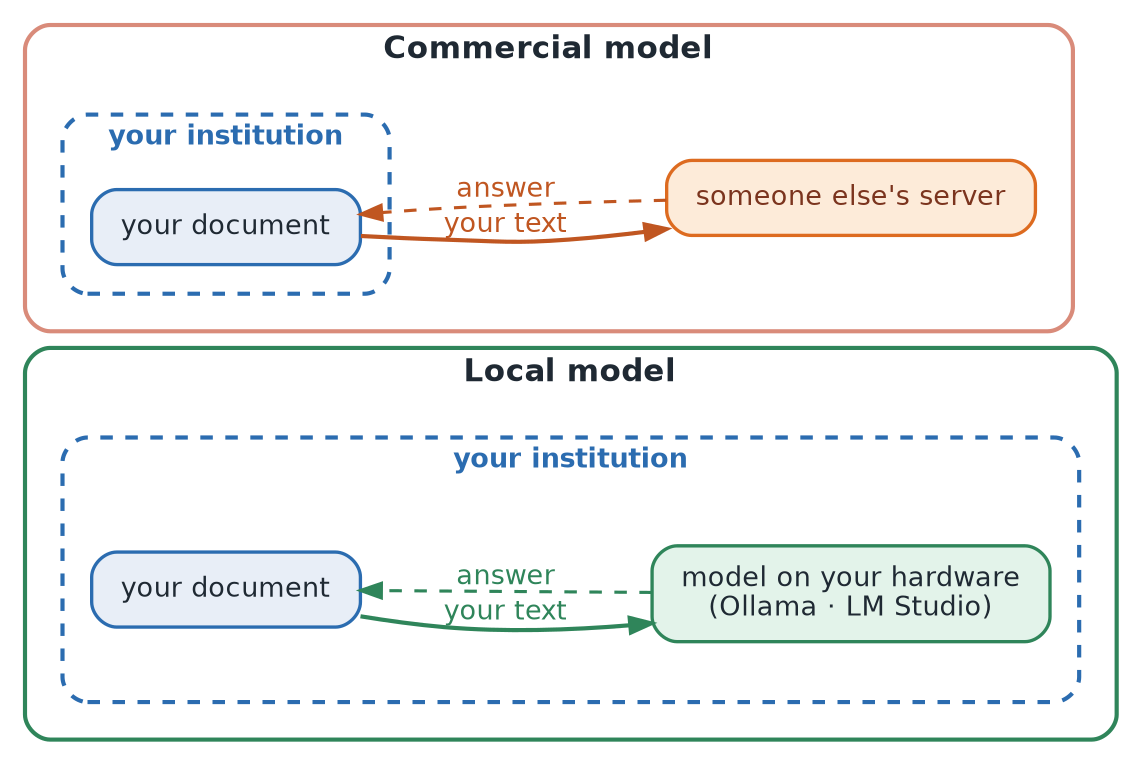
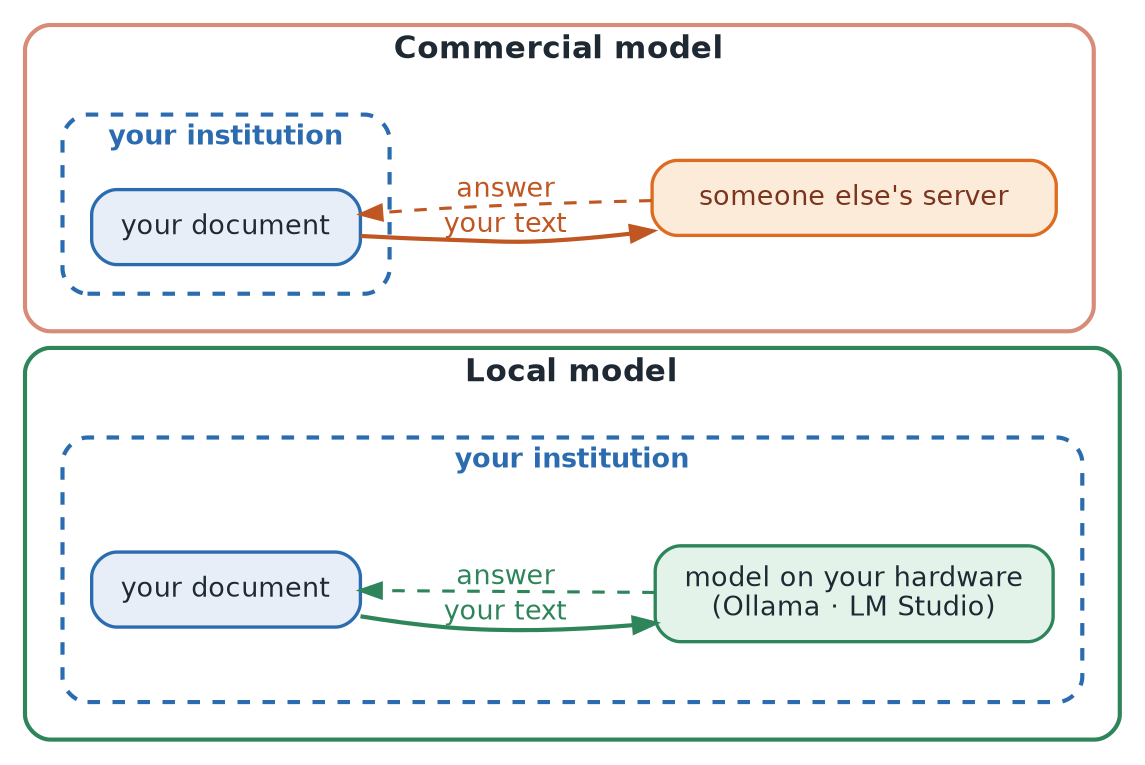
// The institutional boundary is the point: the same text-out/answer-back
// round trip either crosses the dashed "your institution" line (commercial)
// or never touches it (local). Horizontal flow; the two panels stack
// vertically. Palette matches the deck's other figures (blue = yours/inside,
// green = good/local, coral = the thing to worry about).
digraph local_vs_hosted {
  rankdir=LR;
  bgcolor="transparent";
  ranksep=1.1;
  nodesep=0.3;
  node [shape=box, style="rounded,filled", fontname="Helvetica",
        fontsize=13, margin="0.20,0.12", penwidth=1.6];
  edge [fontname="Helvetica", fontsize=13, penwidth=1.5];

  subgraph cluster_local {
    label="Local model";
    fontname="Helvetica-Bold";
    fontsize=15;
    fontcolor="#1f2933";
    style="rounded";
    color="#2f855a";
    penwidth=2;
    margin=18;

    subgraph cluster_local_inst {
      label="your institution";
      fontname="Helvetica-Bold";
      fontsize=13;
      fontcolor="#2b6cb0";
      style="rounded,dashed";
      color="#2b6cb0";
      penwidth=2;
      margin=14;

      l_doc [label="your document", fillcolor="#e8eef7", color="#2b6cb0", fontcolor="#1f2933"];
      l_mod [label="model on your hardware\n(Ollama · LM Studio)",
             fillcolor="#e3f3ea", color="#2f855a", fontcolor="#1f2933"];

      l_doc -> l_mod [color="#2f855a", fontcolor="#2f855a", penwidth=2,
                      label="your text"];
      l_mod -> l_doc [color="#2f855a", fontcolor="#2f855a", style=dashed,
                      label="answer"];
    }
  }

  subgraph cluster_hosted {
    label="Commercial model";
    fontname="Helvetica-Bold";
    fontsize=15;
    fontcolor="#1f2933";
    style="rounded";
    color="#d98b7a";
    penwidth=2;
    margin=18;

    subgraph cluster_hosted_inst {
      label="your institution";
      fontname="Helvetica-Bold";
      fontsize=13;
      fontcolor="#2b6cb0";
      style="rounded,dashed";
      color="#2b6cb0";
      penwidth=2;
      margin=14;

      h_doc [label="your document", fillcolor="#e8eef7", color="#2b6cb0", fontcolor="#1f2933"];
    }

-     h_srv [label="someone else's server", fillcolor="#fdebd9", color="#dd6b20", fontcolor="#7b341e"];
+     h_srv [label="someone else's server", width=2.70, fillcolor="#fdebd9", color="#dd6b20", fontcolor="#7b341e"];

    h_doc -> h_srv [color="#c05621", fontcolor="#c05621", penwidth=2,
                    label="your text"];
    h_srv -> h_doc [color="#c05621", fontcolor="#c05621", style=dashed,
                    label="answer"];
  }
}
